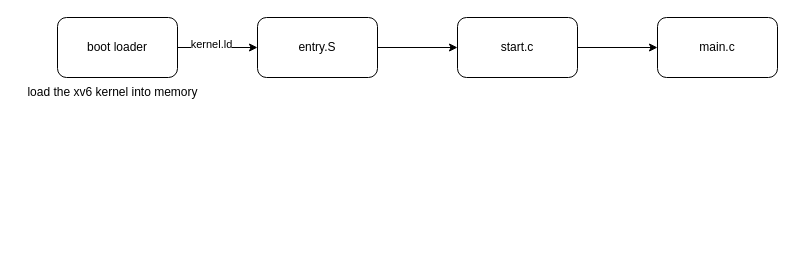
This is xv6.drawio from zhongchun/daily, a draw.io file, before an edit. Source tidied: cells renumbered, new cells numbered last; positions are measured from the earlier drawing's top-left corner, leaving out a move shared by most shapes. Both pictures are drawn from the tidied source at 100%, with x=0, y=0 at pixel (17, 17).
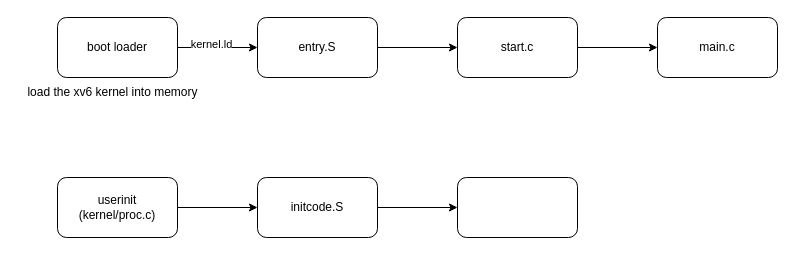
After the change.

What changed in the source:
```diff
@@
 <mxGraphModel>
   <root>
     <mxCell id="0" />
     <mxCell id="1" parent="0" />
     <mxCell id="2" style="edgeStyle=orthogonalEdgeStyle;rounded=0;jettySize=auto;html=1;" parent="1" edge="1" source="4" target="6">
       <mxGeometry relative="1" as="geometry" />
     </mxCell>
     <mxCell id="3" value="kernel.ld" style="edgeLabel;html=1;align=center;verticalAlign=middle;" parent="2" vertex="1">
       <mxGeometry x="-0.28" y="4" relative="1" as="geometry">
         <mxPoint x="4" as="offset" />
       </mxGeometry>
     </mxCell>
     <mxCell id="4" value="boot loader" style="rounded=1;whiteSpace=wrap;html=1;" parent="1" vertex="1">
       <mxGeometry x="40" width="120" height="60" as="geometry" />
     </mxCell>
     <mxCell id="5" style="edgeStyle=orthogonalEdgeStyle;rounded=0;jettySize=auto;html=1;" parent="1" edge="1" source="6" target="8">
       <mxGeometry relative="1" as="geometry" />
     </mxCell>
     <mxCell id="6" value="entry.S" style="rounded=1;whiteSpace=wrap;html=1;" parent="1" vertex="1">
       <mxGeometry x="240" width="120" height="60" as="geometry" />
     </mxCell>
     <mxCell id="7" style="edgeStyle=orthogonalEdgeStyle;rounded=0;jettySize=auto;html=1;" parent="1" edge="1" source="8" target="9">
       <mxGeometry relative="1" as="geometry" />
     </mxCell>
     <mxCell id="8" value="start.c" style="rounded=1;whiteSpace=wrap;html=1;" parent="1" vertex="1">
       <mxGeometry x="440" width="120" height="60" as="geometry" />
     </mxCell>
     <mxCell id="9" value="main.c" style="rounded=1;whiteSpace=wrap;html=1;" parent="1" vertex="1">
       <mxGeometry x="640" width="120" height="60" as="geometry" />
     </mxCell>
     <mxCell id="10" value="load the xv6 kernel into memory" style="text;html=1;align=center;verticalAlign=middle;strokeColor=none;fillColor=none;" parent="1" vertex="1">
       <mxGeometry y="60" width="190" height="30" as="geometry" />
     </mxCell>
+    <mxCell id="11" style="edgeStyle=orthogonalEdgeStyle;rounded=0;jettySize=auto;html=1;" parent="1" edge="1" source="12" target="14">
+      <mxGeometry relative="1" as="geometry" />
+    </mxCell>
+    <mxCell id="12" value="userinit (kernel/proc.c)" style="rounded=1;whiteSpace=wrap;html=1;" parent="1" vertex="1">
+      <mxGeometry x="40" y="160" width="120" height="60" as="geometry" />
+    </mxCell>
+    <mxCell id="13" style="edgeStyle=orthogonalEdgeStyle;rounded=0;jettySize=auto;html=1;" parent="1" edge="1" source="14" target="15">
+      <mxGeometry relative="1" as="geometry" />
+    </mxCell>
+    <mxCell id="14" value="initcode.S" style="rounded=1;whiteSpace=wrap;html=1;" parent="1" vertex="1">
+      <mxGeometry x="240" y="160" width="120" height="60" as="geometry" />
+    </mxCell>
+    <mxCell id="15" style="rounded=1;whiteSpace=wrap;html=1;" parent="1" vertex="1">
+      <mxGeometry x="440" y="160" width="120" height="60" as="geometry" />
+    </mxCell>
   </root>
 </mxGraphModel>
```
